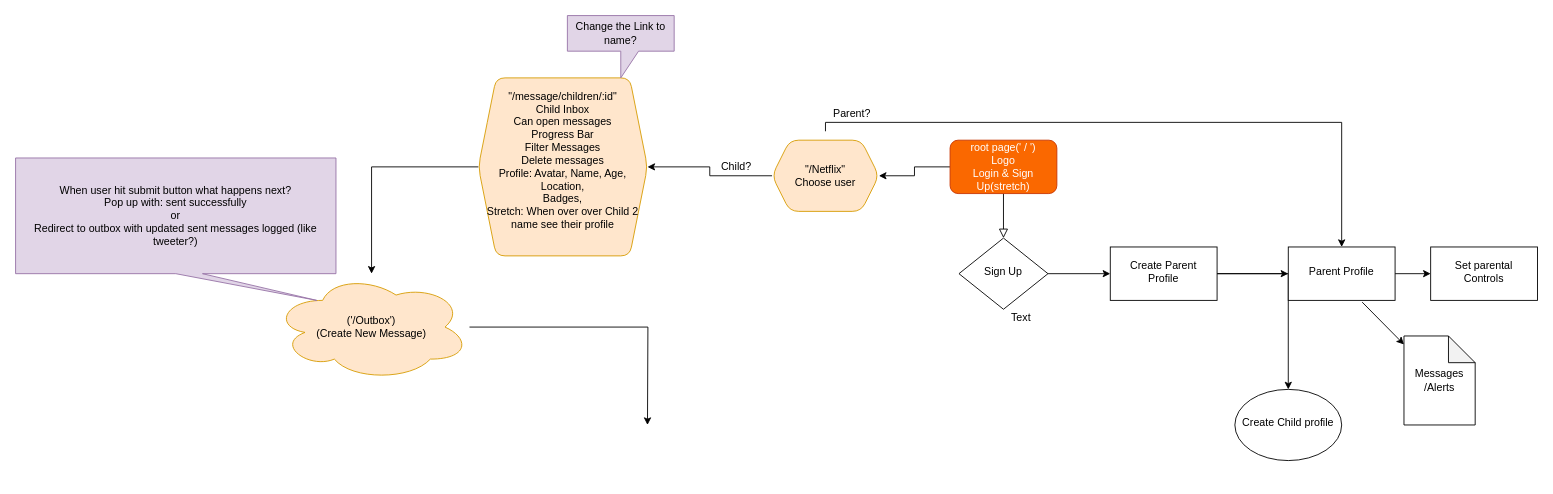
The draw.io diagram Untitled Diagram.drawio in Samicap/Final-Project, before the edit. Source tidied: cells renumbered, new cells numbered last; positions are measured from the earlier drawing's top-left corner, leaving out a move shared by most shapes. Both pictures are drawn from the tidied source at 89%, with x=0, y=0 at pixel (15, 15).
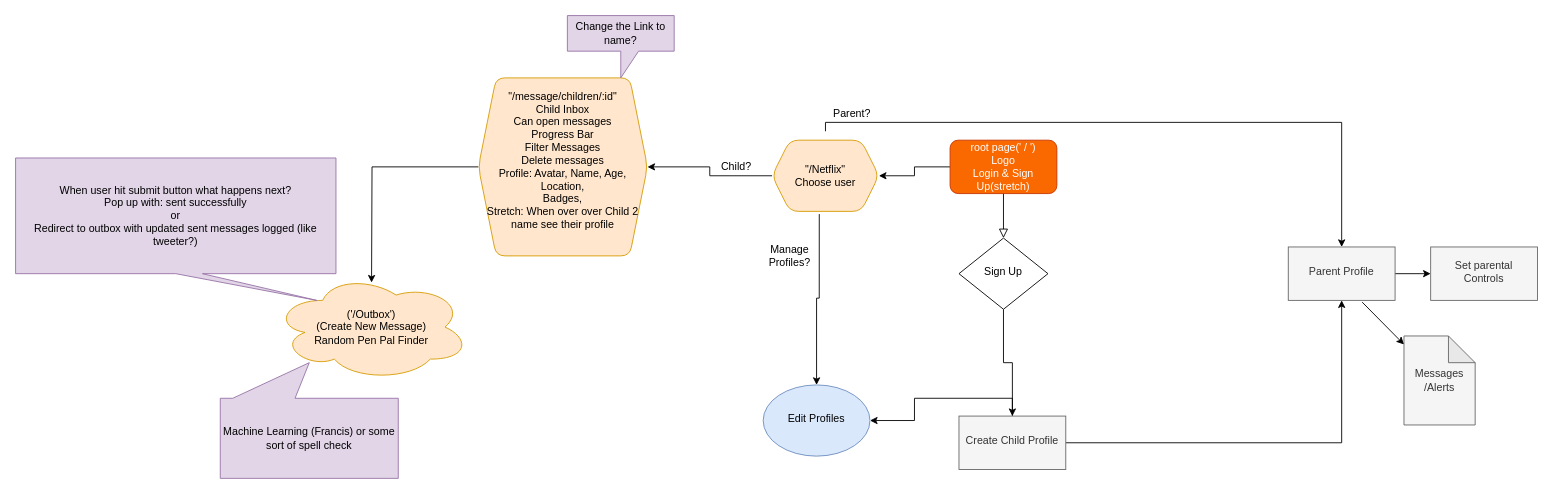
Above is the later version.

Unchanged cells that the change refers to:
```xml
<mxCell id="13" value="&lt;div&gt;&quot;/Netflix&quot;&lt;/div&gt;&lt;div&gt;Choose user&lt;br&gt;&lt;/div&gt;" style="shape=hexagon;perimeter=hexagonPerimeter2;whiteSpace=wrap;html=1;fixedSize=1;rounded=1;shadow=0;strokeWidth=1;glass=0;fillColor=#ffe6cc;strokeColor=#d79b00;" parent="1" vertex="1">
  <mxGeometry x="850" y="140" width="120" height="80" as="geometry" />
</mxCell>
<mxCell id="16" value="&lt;div&gt;&quot;/message/children/:id&quot; &lt;br&gt;&lt;/div&gt;&lt;div&gt;Child Inbox&lt;/div&gt;&lt;div&gt;Can open messages&lt;/div&gt;&lt;div&gt;Progress Bar&lt;/div&gt;&lt;div&gt;Filter Messages&lt;/div&gt;&lt;div&gt;Delete messages&lt;/div&gt;&lt;div&gt;Profile: Avatar, Name, Age, Location,&lt;/div&gt;&lt;div&gt;Badges,&lt;/div&gt;&lt;div&gt;Stretch: When over over Child 2 name see their profile&lt;br&gt;&lt;/div&gt;&lt;div&gt;&lt;br&gt;&lt;/div&gt;" style="shape=hexagon;perimeter=hexagonPerimeter2;whiteSpace=wrap;html=1;fixedSize=1;rounded=1;shadow=0;strokeWidth=1;glass=0;fillColor=#ffe6cc;strokeColor=#d79b00;" parent="1" vertex="1">
  <mxGeometry x="520" y="70" width="190" height="200" as="geometry" />
</mxCell>
```

The edit, as a diff of the source:
```diff
@@
-    <mxCell id="8" style="edgeStyle=orthogonalEdgeStyle;rounded=0;jettySize=auto;html=1;" parent="1" edge="1" source="9" target="19">
+    <mxCell id="8" style="edgeStyle=orthogonalEdgeStyle;rounded=0;jettySize=auto;html=1;exitX=0.442;exitY=1.038;exitDx=0;exitDy=0;exitPerimeter=0;" parent="1" edge="1" source="13" target="19">
       <mxGeometry relative="1" as="geometry" />
     </mxCell>
+    <mxCell id="28" style="edgeStyle=orthogonalEdgeStyle;rounded=0;orthogonalLoop=1;jettySize=auto;html=1;exitX=0.5;exitY=1;exitDx=0;exitDy=0;entryX=0.5;entryY=1;entryDx=0;entryDy=0;" parent="1" edge="1" source="13" target="13">
+      <mxGeometry relative="1" as="geometry" />
+    </mxCell>
+    <mxCell id="29" style="edgeStyle=orthogonalEdgeStyle;rounded=0;jettySize=auto;html=1;exitX=0.5;exitY=0;exitDx=0;exitDy=0;entryX=1;entryY=0.5;entryDx=0;entryDy=0;" parent="1" edge="1" source="9" target="19">
+      <mxGeometry relative="1" as="geometry" />
+    </mxCell>
-    <mxCell id="9" value="Create Parent Profile" style="whiteSpace=wrap;html=1;shadow=0;strokeWidth=1;spacing=6;spacingTop=-4;" parent="1" vertex="1">
-      <mxGeometry x="1230" y="260" width="120" height="60" as="geometry" />
+    <mxCell id="9" value="Create Child Profile" style="whiteSpace=wrap;html=1;shadow=0;strokeWidth=1;spacing=6;spacingTop=-4;fillColor=#f5f5f5;strokeColor=#666666;fontColor=#333333;" parent="1" vertex="1">
+      <mxGeometry x="1060" y="450" width="120" height="60" as="geometry" />
     </mxCell>
@@
-    <mxCell id="11" value="Parent Profile" style="whiteSpace=wrap;html=1;shadow=0;strokeWidth=1;spacing=6;spacingTop=-4;" parent="1" vertex="1">
+    <mxCell id="11" value="Parent Profile" style="whiteSpace=wrap;html=1;shadow=0;strokeWidth=1;spacing=6;spacingTop=-4;fillColor=#f5f5f5;strokeColor=#666666;fontColor=#333333;" parent="1" vertex="1">
       <mxGeometry x="1430" y="260" width="120" height="60" as="geometry" />
     </mxCell>
@@
-    <mxCell id="14" style="edgeStyle=orthogonalEdgeStyle;rounded=0;jettySize=auto;html=1;" parent="1" edge="1" source="16" target="18">
-      <mxGeometry relative="1" as="geometry" />
+    <mxCell id="14" style="edgeStyle=orthogonalEdgeStyle;rounded=0;jettySize=auto;html=1;" parent="1" edge="1" source="16">
+      <mxGeometry relative="1" as="geometry">
+        <mxPoint x="400" y="300" as="targetPoint" />
+      </mxGeometry>
     </mxCell>
@@
-    <mxCell id="17" style="edgeStyle=orthogonalEdgeStyle;rounded=0;jettySize=auto;html=1;" parent="1" edge="1" source="18">
-      <mxGeometry relative="1" as="geometry">
-        <mxPoint x="710" y="460" as="targetPoint" />
-      </mxGeometry>
-    </mxCell>
-    <mxCell id="18" value="&lt;div&gt;('/Outbox')&lt;/div&gt;&lt;div&gt;(Create New Message)&lt;br&gt;&lt;/div&gt;" style="ellipse;shape=cloud;whiteSpace=wrap;html=1;rounded=1;shadow=0;strokeWidth=1;glass=0;fillColor=#ffe6cc;strokeColor=#d79b00;" parent="1" vertex="1">
+    <mxCell id="18" value="&lt;div&gt;('/Outbox')&lt;/div&gt;&lt;div&gt;(Create New Message)&lt;/div&gt;&lt;div&gt;Random Pen Pal Finder&lt;br&gt;&lt;/div&gt;" style="ellipse;shape=cloud;whiteSpace=wrap;html=1;rounded=1;shadow=0;strokeWidth=1;glass=0;fillColor=#ffe6cc;strokeColor=#d79b00;" parent="1" vertex="1">
       <mxGeometry x="290" y="290" width="220" height="120" as="geometry" />
     </mxCell>
-    <mxCell id="19" value="Create Child profile" style="ellipse;whiteSpace=wrap;html=1;shadow=0;strokeWidth=1;spacing=6;spacingTop=-4;" parent="1" vertex="1">
-      <mxGeometry x="1370" y="420" width="120" height="80" as="geometry" />
+    <mxCell id="19" value="Edit Profiles" style="ellipse;whiteSpace=wrap;html=1;shadow=0;strokeWidth=1;spacing=6;spacingTop=-4;fillColor=#dae8fc;strokeColor=#6c8ebf;" parent="1" vertex="1">
+      <mxGeometry x="840" y="415" width="120" height="80" as="geometry" />
     </mxCell>
-    <mxCell id="20" value="Set parental Controls" style="whiteSpace=wrap;html=1;shadow=0;strokeWidth=1;spacing=6;spacingTop=-4;" parent="1" vertex="1">
+    <mxCell id="20" value="Set parental Controls" style="whiteSpace=wrap;html=1;shadow=0;strokeWidth=1;spacing=6;spacingTop=-4;fillColor=#f5f5f5;strokeColor=#666666;fontColor=#333333;" parent="1" vertex="1">
       <mxGeometry x="1590" y="260" width="120" height="60" as="geometry" />
     </mxCell>
@@
-    <mxCell id="23" value="Messages&lt;br&gt;/Alerts" style="shape=note;whiteSpace=wrap;html=1;backgroundOutline=1;darkOpacity=0.05;" parent="1" vertex="1">
+    <mxCell id="23" value="Messages&lt;br&gt;/Alerts" style="shape=note;whiteSpace=wrap;html=1;backgroundOutline=1;darkOpacity=0.05;fillColor=#f5f5f5;strokeColor=#666666;fontColor=#333333;" parent="1" vertex="1">
       <mxGeometry x="1560" y="360" width="80" height="100" as="geometry" />
     </mxCell>
@@
-    <mxCell id="25" value="Text" style="text;html=1;strokeColor=none;fillColor=none;align=center;verticalAlign=middle;whiteSpace=wrap;rounded=0;" parent="1" vertex="1">
-      <mxGeometry x="1110" y="330" width="40" height="20" as="geometry" />
-    </mxCell>
@@
+    <mxCell id="30" value="Machine Learning (Francis) or some sort of spell check" style="shape=callout;whiteSpace=wrap;html=1;perimeter=calloutPerimeter;position2=0.5;base=70;size=40;position=0.58;direction=west;fillColor=#e1d5e7;strokeColor=#9673a6;" parent="1" vertex="1">
+      <mxGeometry x="230" y="390" width="200" height="130" as="geometry" />
+    </mxCell>
+    <mxCell id="31" value="Manage Profiles?" style="text;html=1;strokeColor=none;fillColor=none;align=center;verticalAlign=middle;whiteSpace=wrap;rounded=0;" parent="1" vertex="1">
+      <mxGeometry x="850" y="260" width="40" height="20" as="geometry" />
+    </mxCell>
```
